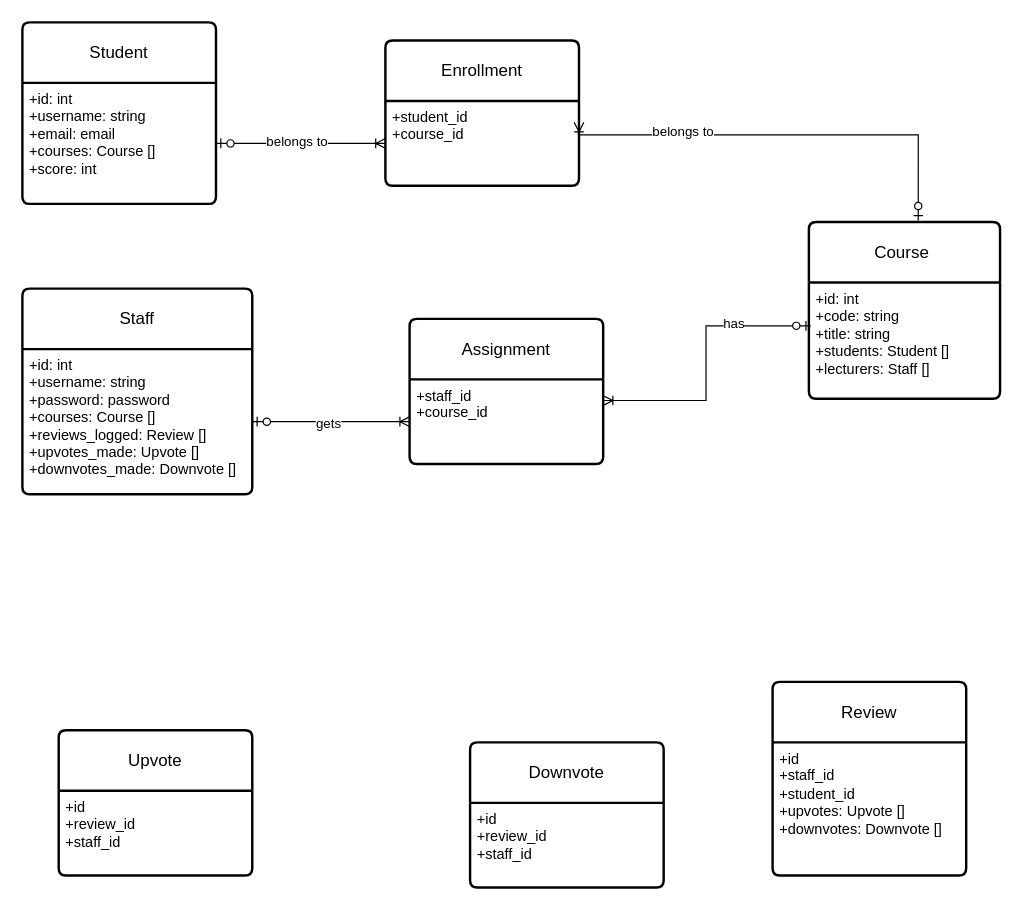
nickperi/Student-Staff-Conduct-Tracker keeps this draw.io diagram as student_conduct_tracker.drawio. Above is the earlier version. Source tidied: cells renumbered, new cells numbered last; positions are measured from the earlier drawing's top-left corner, leaving out a move shared by most shapes. Both pictures are drawn from the tidied source at 121%, with x=0, y=0 at pixel (22, 22).
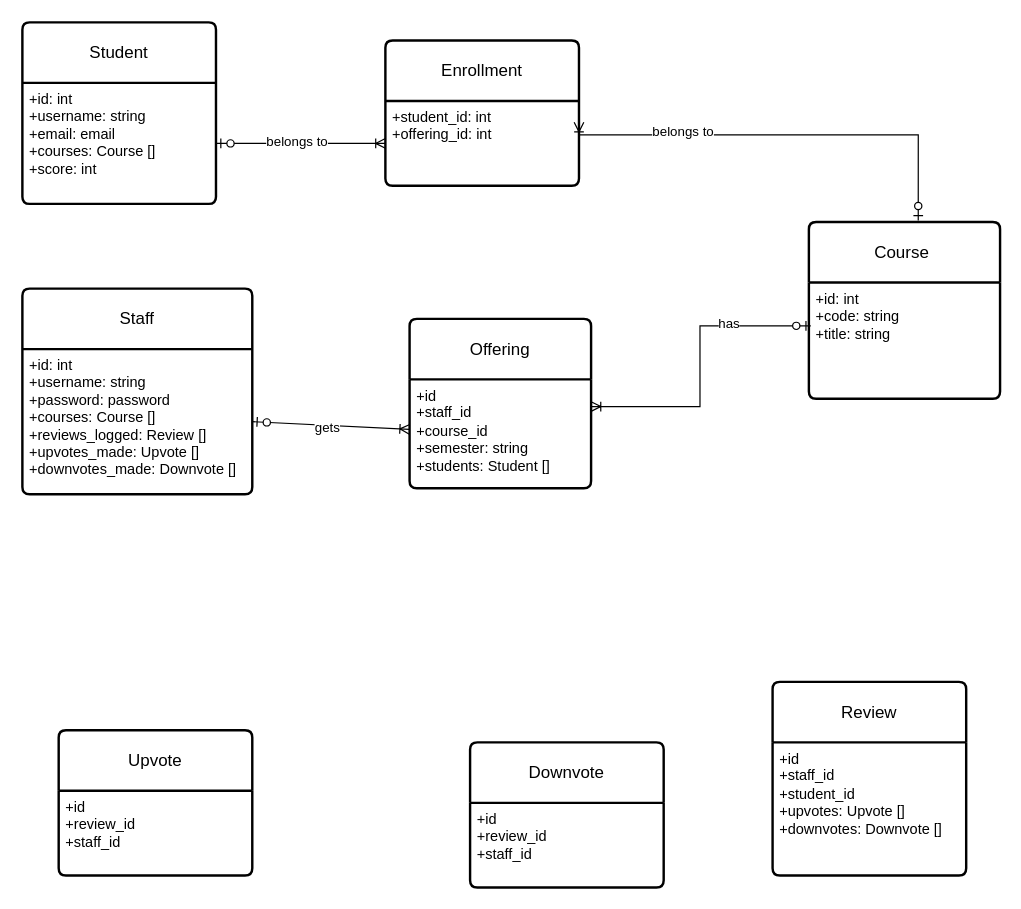
The same page after the edit.

The change refers to these unchanged cells:
```xml
<mxCell id="4" value="Course&amp;nbsp;" style="swimlane;horizontal=1;startSize=50;rounded=1;fontSize=14;fontStyle=0;strokeWidth=2;shadow=0;dashed=0;align=center;arcSize=4;whiteSpace=wrap;html=1;" parent="1" vertex="1">
  <mxGeometry x="650" y="165" width="158" height="146" as="geometry" />
</mxCell>
<mxCell id="14" value="Enrollment" style="swimlane;horizontal=1;startSize=50;rounded=1;fontSize=14;fontStyle=0;strokeWidth=2;shadow=0;dashed=0;align=center;arcSize=4;whiteSpace=wrap;html=1;" parent="1" vertex="1">
  <mxGeometry x="300" y="15" width="160" height="120" as="geometry" />
</mxCell>
```

The edit, as a diff of the source:
```diff
@@
-    <mxCell id="5" value="+id: int&lt;br&gt;+code: string&lt;br&gt;+title: string&lt;div&gt;+students: Student []&lt;/div&gt;&lt;div&gt;+lecturers: Staff []&lt;/div&gt;" style="align=left;strokeColor=none;fillColor=none;spacingLeft=4;spacingRight=4;fontSize=12;verticalAlign=top;html=1;whiteSpace=wrap;" parent="4" vertex="1">
+    <mxCell id="5" value="+id: int&lt;br&gt;+code: string&lt;br&gt;+title: string" style="align=left;strokeColor=none;fillColor=none;spacingLeft=4;spacingRight=4;fontSize=12;verticalAlign=top;html=1;whiteSpace=wrap;" parent="4" vertex="1">
       <mxGeometry y="50" width="158" height="96" as="geometry" />
     </mxCell>
@@
-    <mxCell id="15" value="&lt;div&gt;+student_id&lt;br&gt;+course_id&lt;br&gt;&lt;/div&gt;" style="align=left;strokeColor=none;fillColor=none;spacingLeft=4;spacingRight=4;fontSize=12;verticalAlign=top;html=1;whiteSpace=wrap;" parent="14" vertex="1">
+    <mxCell id="15" value="&lt;div&gt;+student_id: int&lt;br&gt;+offering_id: int&lt;br&gt;&lt;/div&gt;" style="align=left;strokeColor=none;fillColor=none;spacingLeft=4;spacingRight=4;fontSize=12;verticalAlign=top;html=1;whiteSpace=wrap;" parent="14" vertex="1">
       <mxGeometry y="50" width="160" height="70" as="geometry" />
     </mxCell>
-    <mxCell id="16" value="Assignment" style="swimlane;horizontal=1;startSize=50;rounded=1;fontSize=14;fontStyle=0;strokeWidth=2;shadow=0;dashed=0;align=center;arcSize=4;whiteSpace=wrap;html=1;" parent="1" vertex="1">
-      <mxGeometry x="320" y="245" width="160" height="120" as="geometry" />
+    <mxCell id="16" value="Offering" style="swimlane;horizontal=1;startSize=50;rounded=1;fontSize=14;fontStyle=0;strokeWidth=2;shadow=0;dashed=0;align=center;arcSize=4;whiteSpace=wrap;html=1;" parent="1" vertex="1">
+      <mxGeometry x="320" y="245" width="150" height="140" as="geometry" />
     </mxCell>
-    <mxCell id="17" value="+staff_id&lt;br&gt;+course_id" style="align=left;strokeColor=none;fillColor=none;spacingLeft=4;spacingRight=4;fontSize=12;verticalAlign=top;html=1;whiteSpace=wrap;" parent="16" vertex="1">
-      <mxGeometry y="50" width="160" height="70" as="geometry" />
+    <mxCell id="17" value="+id&lt;div&gt;+staff_id&lt;br&gt;+course_id&lt;div&gt;+semester: string&lt;br&gt;&lt;div&gt;+students: Student []&lt;/div&gt;&lt;/div&gt;&lt;/div&gt;" style="align=left;strokeColor=none;fillColor=none;spacingLeft=4;spacingRight=4;fontSize=12;verticalAlign=top;html=1;whiteSpace=wrap;" parent="16" vertex="1">
+      <mxGeometry y="50" width="150" height="90" as="geometry" />
     </mxCell>
```
